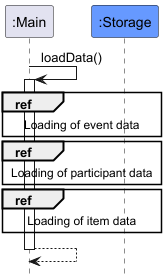
Before: docs/images/LoadingSequenceDiagram.png, a diagram exported from PlantUML (nus-cs2113-AY2425S1/tp).
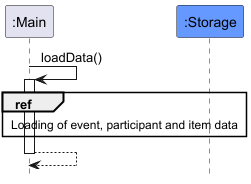
After the commit.

What changed in the source:
```diff
@@ -8,9 +8,7 @@
 main -> main : loadData()
 activate main
 
-ref over main, storage : Loading of event data
-ref over main, storage : Loading of participant data
-ref over main, storage : Loading of item data
+ref over main, storage : Loading of event, participant and item data
 
 return
 
```
